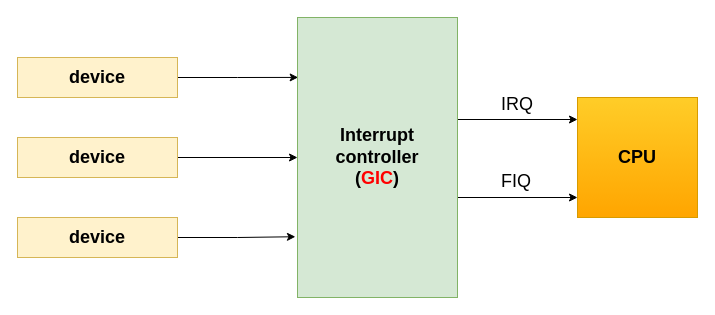
Before: page "Page-2" (2 of 2) of draw/SylixOS中断处理流程.drawio in peng-fan/drawio, a draw.io diagram. Source tidied: cells renumbered, new cells numbered last; positions are measured from the earlier drawing's top-left corner, leaving out a move shared by most shapes. Both pictures are drawn from the tidied source at 100%, with x=0, y=0 at pixel (17, 17).
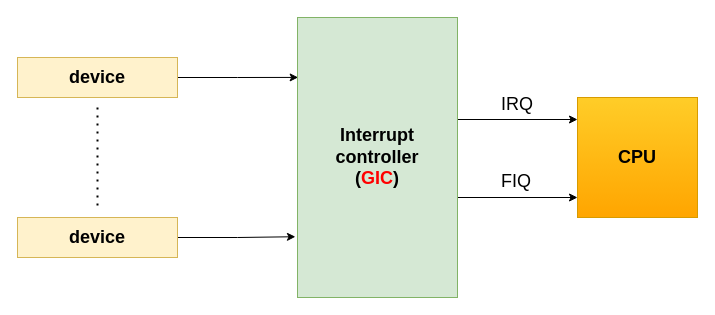
Above is the later version.

Commit message:
Update SylixOS中断处理流程.drawio

Diff of the diagram source:
```diff
@@
 <mxGraphModel>
   <root>
     <mxCell id="0" />
     <mxCell id="1" parent="0" />
     <mxCell id="2" style="edgeStyle=orthogonalEdgeStyle;rounded=0;jettySize=auto;html=1;fontSize=18;entryX=0.004;entryY=0.214;entryDx=0;entryDy=0;entryPerimeter=0;" parent="1" edge="1" source="3" target="10">
       <mxGeometry relative="1" as="geometry" />
     </mxCell>
     <mxCell id="3" value="device" style="rounded=0;whiteSpace=wrap;html=1;fontStyle=1;fontSize=18;fillColor=#fff2cc;strokeColor=#d6b656;" parent="1" vertex="1">
       <mxGeometry y="40" width="160" height="40" as="geometry" />
     </mxCell>
-    <mxCell id="4" style="edgeStyle=orthogonalEdgeStyle;rounded=0;jettySize=auto;html=1;fontSize=18;" parent="1" edge="1" source="5" target="10">
-      <mxGeometry relative="1" as="geometry" />
-    </mxCell>
-    <mxCell id="5" value="device" style="rounded=0;whiteSpace=wrap;html=1;fontStyle=1;fontSize=18;fillColor=#fff2cc;strokeColor=#d6b656;" parent="1" vertex="1">
-      <mxGeometry y="120" width="160" height="40" as="geometry" />
-    </mxCell>
     <mxCell id="6" style="edgeStyle=orthogonalEdgeStyle;rounded=0;jettySize=auto;html=1;fontSize=18;entryX=-0.013;entryY=0.783;entryDx=0;entryDy=0;entryPerimeter=0;" parent="1" edge="1" source="7" target="10">
       <mxGeometry relative="1" as="geometry" />
     </mxCell>
     <mxCell id="7" value="device" style="rounded=0;whiteSpace=wrap;html=1;fontStyle=1;fontSize=18;fillColor=#fff2cc;strokeColor=#d6b656;" parent="1" vertex="1">
       <mxGeometry y="200" width="160" height="40" as="geometry" />
     </mxCell>
     <mxCell id="8" style="edgeStyle=none;rounded=0;orthogonalLoop=1;jettySize=auto;html=1;entryX=0;entryY=0.5;entryDx=0;entryDy=0;fontSize=18;" parent="1" edge="1">
       <mxGeometry relative="1" as="geometry">
         <mxPoint x="440" y="102" as="sourcePoint" />
         <mxPoint x="560" y="102" as="targetPoint" />
       </mxGeometry>
     </mxCell>
     <mxCell id="9" style="edgeStyle=none;rounded=0;orthogonalLoop=1;jettySize=auto;html=1;entryX=0;entryY=0.5;entryDx=0;entryDy=0;fontSize=18;" parent="1" edge="1">
       <mxGeometry relative="1" as="geometry">
         <mxPoint x="440" y="180" as="sourcePoint" />
         <mxPoint x="560" y="180" as="targetPoint" />
       </mxGeometry>
     </mxCell>
     <mxCell id="10" value="&lt;b&gt;Interrupt&lt;br&gt;controller&lt;br&gt;(&lt;font color=&quot;#ff0000&quot;&gt;GIC&lt;/font&gt;)&lt;/b&gt;" style="rounded=0;whiteSpace=wrap;html=1;fontSize=18;fillColor=#d5e8d4;strokeColor=#82b366;" parent="1" vertex="1">
       <mxGeometry x="280" width="160" height="280" as="geometry" />
     </mxCell>
     <mxCell id="11" value="&lt;b&gt;CPU&lt;/b&gt;" style="rounded=0;whiteSpace=wrap;html=1;fontSize=18;fillColor=#ffcd28;strokeColor=#d79b00;gradientColor=#ffa500;" parent="1" vertex="1">
       <mxGeometry x="560" y="80" width="120" height="120" as="geometry" />
     </mxCell>
     <mxCell id="12" value="IRQ" style="text;html=1;strokeColor=none;fillColor=none;align=center;verticalAlign=middle;whiteSpace=wrap;rounded=0;fontSize=18;" parent="1" vertex="1">
       <mxGeometry x="480" y="77" width="40" height="20" as="geometry" />
     </mxCell>
     <mxCell id="13" value="FIQ" style="text;html=1;strokeColor=none;fillColor=none;align=center;verticalAlign=middle;whiteSpace=wrap;rounded=0;fontSize=18;" parent="1" vertex="1">
       <mxGeometry x="479" y="154" width="40" height="20" as="geometry" />
     </mxCell>
+    <mxCell id="14" style="endArrow=none;dashed=1;html=1;dashPattern=1 3;strokeWidth=2;fontSize=18;entryX=0.5;entryY=1;entryDx=0;entryDy=0;" parent="1" edge="1">
+      <mxGeometry relative="1" as="geometry">
+        <mxPoint x="80" y="188" as="sourcePoint" />
+        <mxPoint x="80" y="88" as="targetPoint" />
+      </mxGeometry>
+    </mxCell>
   </root>
 </mxGraphModel>
```
